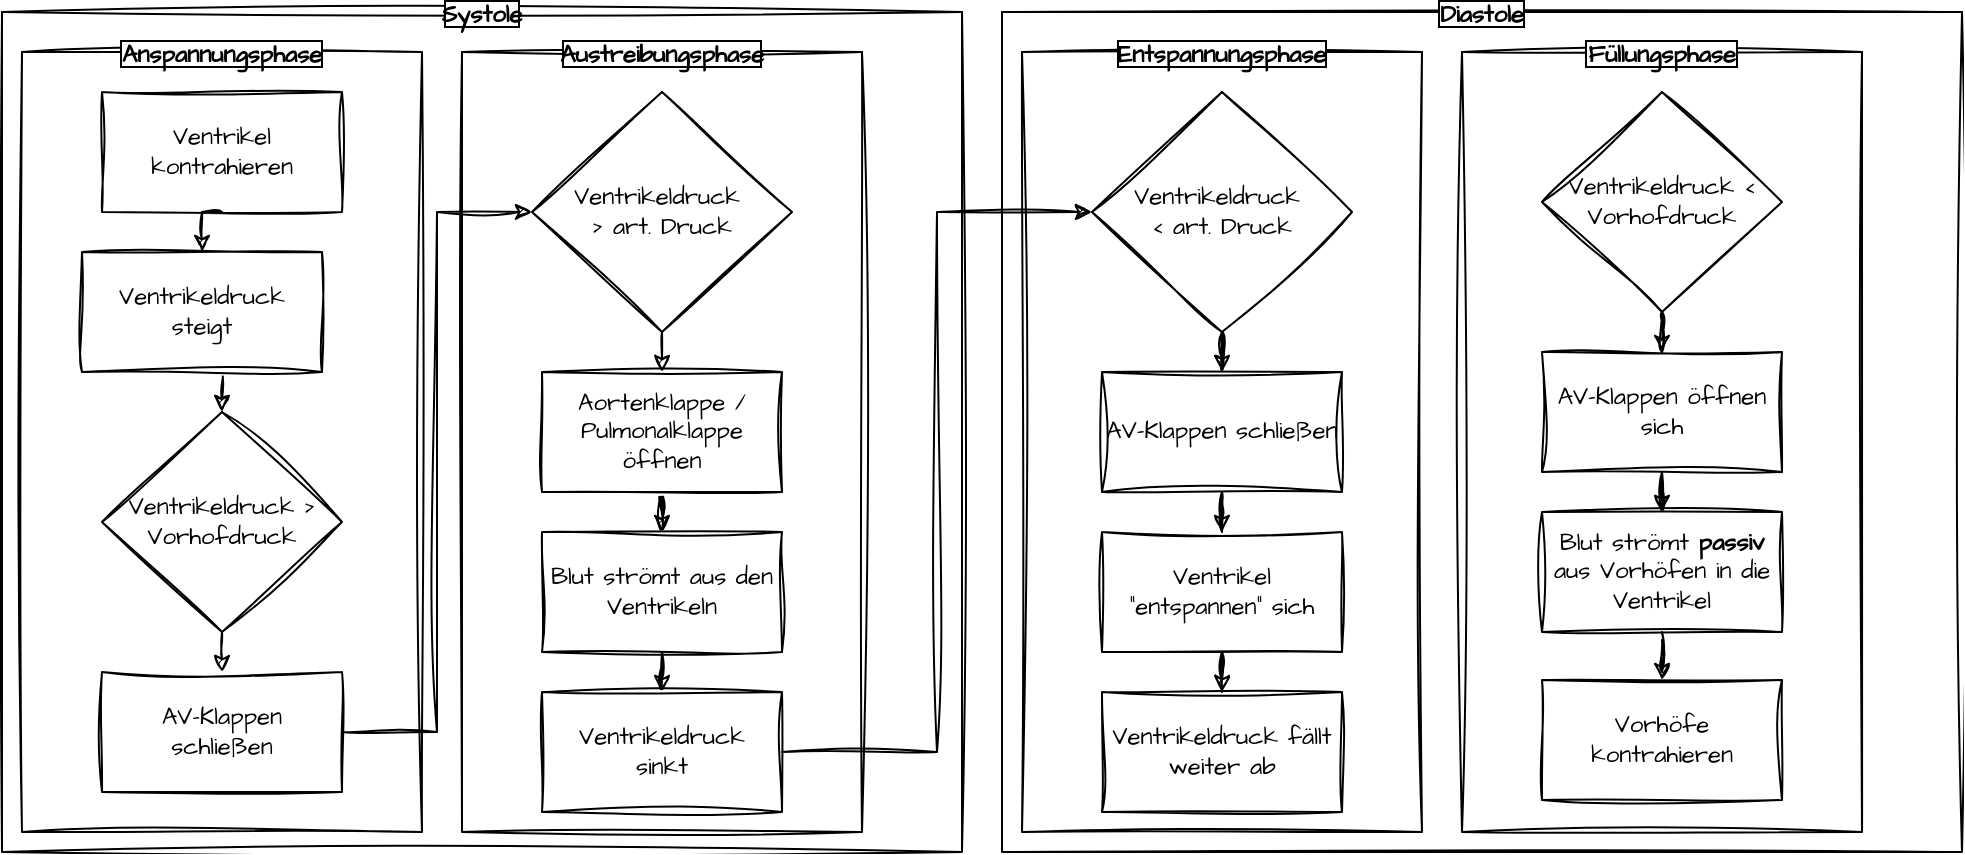
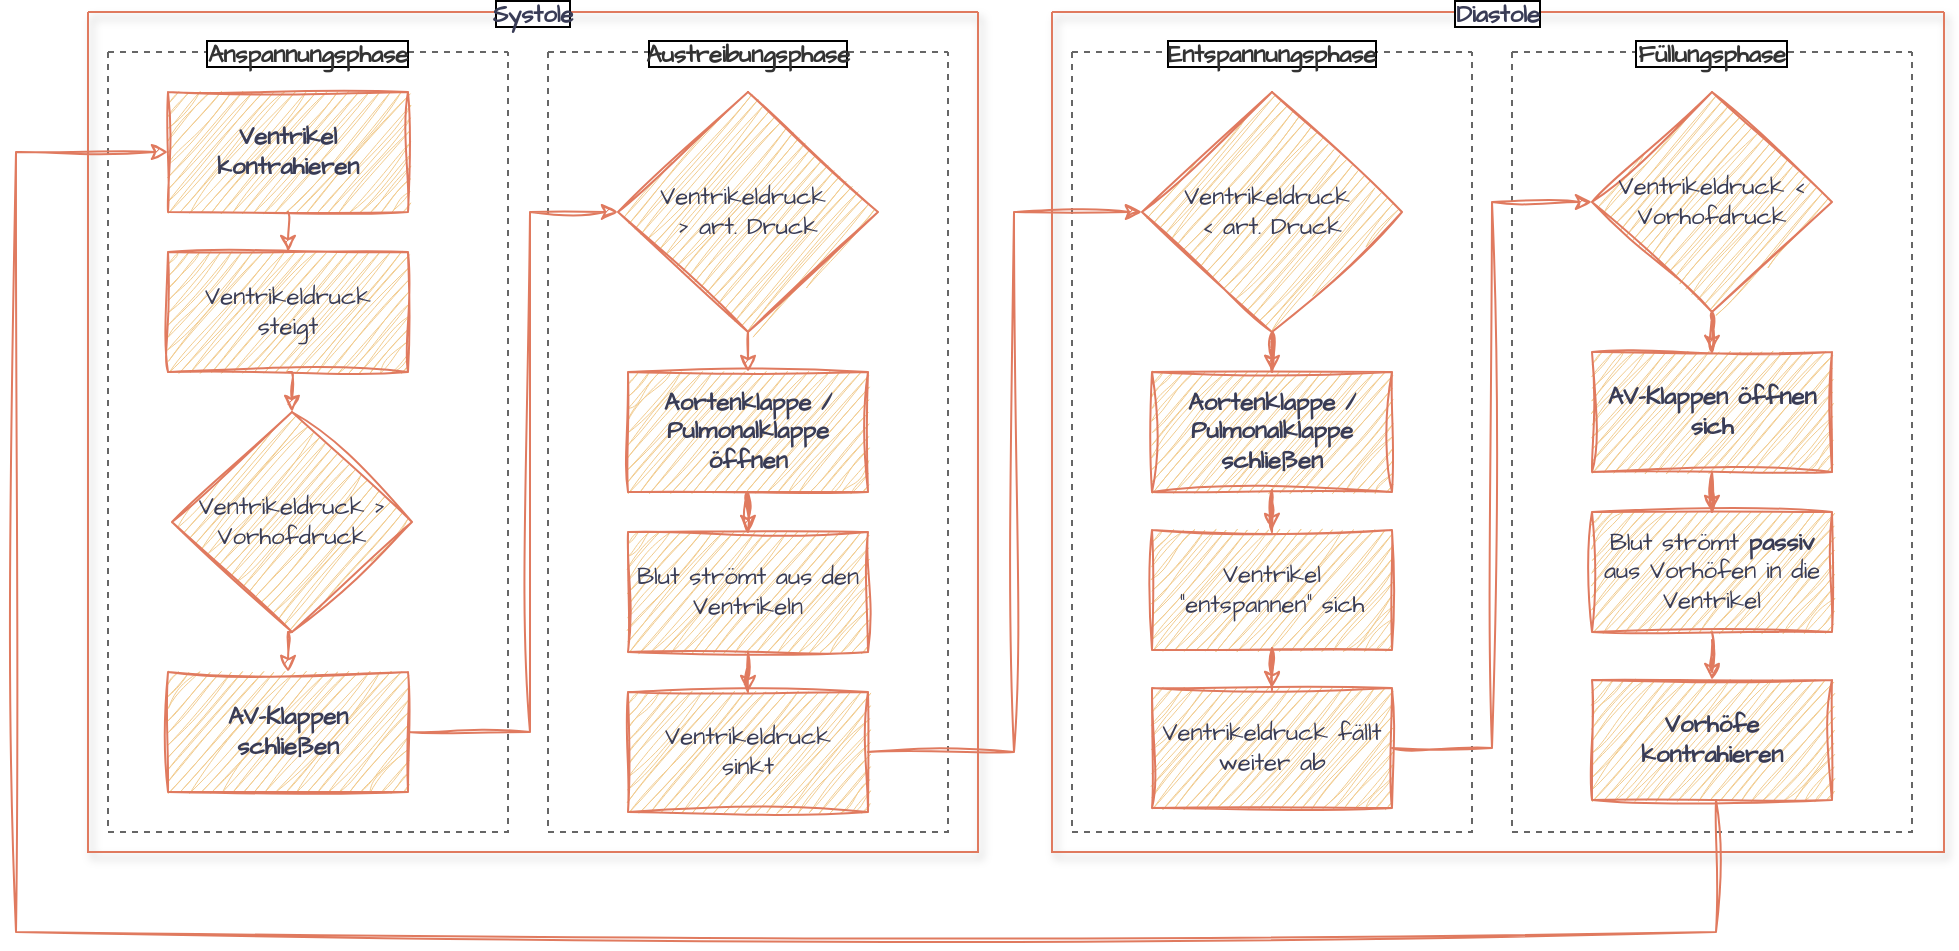
<mxfile host="app.diagrams.net">
  <diagram name="Seite-1" id="RUy1ogdMu1Y2ZzJr0oNc">
-     <mxGraphModel dx="699" dy="434" grid="1" gridSize="10" guides="1" tooltips="1" connect="1" arrows="1" fold="1" page="1" pageScale="1" pageWidth="1169" pageHeight="827" math="0" shadow="0">
+     <mxGraphModel dx="1014" dy="629" grid="0" gridSize="10" guides="1" tooltips="1" connect="1" arrows="1" fold="1" page="1" pageScale="1" pageWidth="1169" pageHeight="827" background="none" math="0" shadow="0">
      <root>
        <mxCell id="0" />
        <mxCell id="1" parent="0" />
-         <mxCell id="Ko_gAtAqzbOHRBZizgYn-1" parent="1" style="swimlane;startSize=0;sketch=1;hachureGap=4;jiggle=2;curveFitting=1;fontFamily=Architects Daughter;fontSource=https%3A%2F%2Ffonts.googleapis.com%2Fcss%3Ffamily%3DArchitects%2BDaughter;labelBackgroundColor=default;labelBorderColor=default;" value="Systole" vertex="1">
-           <mxGeometry height="420" width="480" x="60" y="50" as="geometry" />
+         <mxCell id="Ko_gAtAqzbOHRBZizgYn-1" parent="1" style="swimlane;startSize=0;hachureGap=4;fontFamily=Architects Daughter;fontSource=https%3A%2F%2Ffonts.googleapis.com%2Fcss%3Ffamily%3DArchitects%2BDaughter;labelBackgroundColor=default;labelBorderColor=default;shadow=1;fillColor=#F2CC8F;strokeColor=#E07A5F;fontColor=#393C56;" value="Systole" vertex="1">
+           <mxGeometry height="420" width="445" x="60" y="50" as="geometry" />
        </mxCell>
-         <mxCell id="Ko_gAtAqzbOHRBZizgYn-2" parent="Ko_gAtAqzbOHRBZizgYn-1" style="swimlane;startSize=0;sketch=1;hachureGap=4;jiggle=2;curveFitting=1;fontFamily=Architects Daughter;fontSource=https%3A%2F%2Ffonts.googleapis.com%2Fcss%3Ffamily%3DArchitects%2BDaughter;labelBackgroundColor=default;labelBorderColor=default;" value="Anspannungsphase" vertex="1">
+         <mxCell id="Ko_gAtAqzbOHRBZizgYn-2" parent="Ko_gAtAqzbOHRBZizgYn-1" style="swimlane;startSize=0;hachureGap=4;fontFamily=Architects Daughter;fontSource=https%3A%2F%2Ffonts.googleapis.com%2Fcss%3Ffamily%3DArchitects%2BDaughter;labelBackgroundColor=default;labelBorderColor=default;fillStyle=solid;swimlaneFillColor=none;swimlaneLine=1;dashed=1;container=1;backgroundOutline=0;fillColor=#f5f5f5;fontColor=#333333;strokeColor=#666666;" value="Anspannungsphase" vertex="1">
          <mxGeometry height="390" width="200" x="10" y="20" as="geometry" />
        </mxCell>
-         <mxCell id="Ko_gAtAqzbOHRBZizgYn-4" parent="Ko_gAtAqzbOHRBZizgYn-2" style="whiteSpace=wrap;html=1;sketch=1;hachureGap=4;jiggle=2;curveFitting=1;fontFamily=Architects Daughter;fontSource=https%3A%2F%2Ffonts.googleapis.com%2Fcss%3Ffamily%3DArchitects%2BDaughter;" value="Ventrikel kontrahieren" vertex="1">
-           <mxGeometry height="60" width="120" x="40" y="20" as="geometry" />
+         <mxCell id="Ko_gAtAqzbOHRBZizgYn-4" parent="Ko_gAtAqzbOHRBZizgYn-2" style="whiteSpace=wrap;html=1;sketch=1;hachureGap=4;jiggle=2;curveFitting=1;fontFamily=Architects Daughter;fontSource=https%3A%2F%2Ffonts.googleapis.com%2Fcss%3Ffamily%3DArchitects%2BDaughter;labelBackgroundColor=none;fillColor=#F2CC8F;strokeColor=#E07A5F;fontColor=#393C56;fontStyle=1" value="Ventrikel kontrahieren" vertex="1">
+           <mxGeometry height="60" width="120" x="30" y="20" as="geometry" />
        </mxCell>
-         <mxCell id="Ko_gAtAqzbOHRBZizgYn-7" parent="Ko_gAtAqzbOHRBZizgYn-2" style="whiteSpace=wrap;html=1;sketch=1;hachureGap=4;jiggle=2;curveFitting=1;fontFamily=Architects Daughter;fontSource=https%3A%2F%2Ffonts.googleapis.com%2Fcss%3Ffamily%3DArchitects%2BDaughter;" value="AV-Klappen&lt;br&gt;schließen" vertex="1">
-           <mxGeometry height="60" width="120" x="40" y="310" as="geometry" />
+         <mxCell id="Ko_gAtAqzbOHRBZizgYn-7" parent="Ko_gAtAqzbOHRBZizgYn-2" style="whiteSpace=wrap;html=1;sketch=1;hachureGap=4;jiggle=2;curveFitting=1;fontFamily=Architects Daughter;fontSource=https%3A%2F%2Ffonts.googleapis.com%2Fcss%3Ffamily%3DArchitects%2BDaughter;labelBackgroundColor=none;fillColor=#F2CC8F;strokeColor=#E07A5F;fontColor=#393C56;fontStyle=1" value="AV-Klappen&lt;br&gt;schließen" vertex="1">
+           <mxGeometry height="60" width="120" x="30" y="310" as="geometry" />
        </mxCell>
-         <mxCell id="Ko_gAtAqzbOHRBZizgYn-36" edge="1" parent="Ko_gAtAqzbOHRBZizgYn-2" source="Ko_gAtAqzbOHRBZizgYn-35" style="edgeStyle=orthogonalEdgeStyle;rounded=0;sketch=1;hachureGap=4;jiggle=2;curveFitting=1;orthogonalLoop=1;jettySize=auto;html=1;exitX=0.5;exitY=1;exitDx=0;exitDy=0;entryX=0.5;entryY=0;entryDx=0;entryDy=0;fontFamily=Architects Daughter;fontSource=https%3A%2F%2Ffonts.googleapis.com%2Fcss%3Ffamily%3DArchitects%2BDaughter;" target="Ko_gAtAqzbOHRBZizgYn-7">
+         <mxCell id="Ko_gAtAqzbOHRBZizgYn-36" edge="1" parent="Ko_gAtAqzbOHRBZizgYn-2" source="Ko_gAtAqzbOHRBZizgYn-35" style="edgeStyle=orthogonalEdgeStyle;rounded=0;sketch=1;hachureGap=4;jiggle=2;curveFitting=1;orthogonalLoop=1;jettySize=auto;html=1;exitX=0.5;exitY=1;exitDx=0;exitDy=0;entryX=0.5;entryY=0;entryDx=0;entryDy=0;fontFamily=Architects Daughter;fontSource=https%3A%2F%2Ffonts.googleapis.com%2Fcss%3Ffamily%3DArchitects%2BDaughter;labelBackgroundColor=none;strokeColor=#E07A5F;fontColor=default;" target="Ko_gAtAqzbOHRBZizgYn-7">
          <mxGeometry relative="1" as="geometry" />
        </mxCell>
-         <mxCell id="Ko_gAtAqzbOHRBZizgYn-35" parent="Ko_gAtAqzbOHRBZizgYn-2" style="rhombus;whiteSpace=wrap;html=1;sketch=1;hachureGap=4;jiggle=2;curveFitting=1;fontFamily=Architects Daughter;fontSource=https%3A%2F%2Ffonts.googleapis.com%2Fcss%3Ffamily%3DArchitects%2BDaughter;" value="Ventrikeldruck &amp;gt; Vorhofdruck" vertex="1">
-           <mxGeometry height="110" width="120" x="40" y="180" as="geometry" />
+         <mxCell id="Ko_gAtAqzbOHRBZizgYn-35" parent="Ko_gAtAqzbOHRBZizgYn-2" style="rhombus;whiteSpace=wrap;html=1;sketch=1;hachureGap=4;jiggle=2;curveFitting=1;fontFamily=Architects Daughter;fontSource=https%3A%2F%2Ffonts.googleapis.com%2Fcss%3Ffamily%3DArchitects%2BDaughter;labelBackgroundColor=none;fillColor=#F2CC8F;strokeColor=#E07A5F;fontColor=#393C56;" value="Ventrikeldruck &amp;gt; Vorhofdruck" vertex="1">
+           <mxGeometry height="110" width="120" x="32" y="180" as="geometry" />
        </mxCell>
-         <mxCell id="Ko_gAtAqzbOHRBZizgYn-3" parent="Ko_gAtAqzbOHRBZizgYn-1" style="swimlane;startSize=0;sketch=1;hachureGap=4;jiggle=2;curveFitting=1;fontFamily=Architects Daughter;fontSource=https://fonts.googleapis.com/css?family=Architects+Daughter;labelBackgroundColor=default;labelBorderColor=default;" value="Austreibungsphase" vertex="1">
+         <mxCell id="Ko_gAtAqzbOHRBZizgYn-3" parent="Ko_gAtAqzbOHRBZizgYn-1" style="swimlane;startSize=0;hachureGap=4;fontFamily=Architects Daughter;fontSource=https://fonts.googleapis.com/css?family=Architects+Daughter;labelBackgroundColor=default;labelBorderColor=default;dashed=1;fillColor=#f5f5f5;strokeColor=#666666;fontColor=#333333;" value="Austreibungsphase" vertex="1">
          <mxGeometry height="390" width="200" x="230" y="20" as="geometry" />
        </mxCell>
-         <mxCell id="Ko_gAtAqzbOHRBZizgYn-45" edge="1" parent="Ko_gAtAqzbOHRBZizgYn-3" source="Ko_gAtAqzbOHRBZizgYn-10" style="edgeStyle=orthogonalEdgeStyle;rounded=0;sketch=1;hachureGap=4;jiggle=2;curveFitting=1;orthogonalLoop=1;jettySize=auto;html=1;entryX=0.5;entryY=0;entryDx=0;entryDy=0;fontFamily=Architects Daughter;fontSource=https%3A%2F%2Ffonts.googleapis.com%2Fcss%3Ffamily%3DArchitects%2BDaughter;" target="Ko_gAtAqzbOHRBZizgYn-11">
+         <mxCell id="Ko_gAtAqzbOHRBZizgYn-45" edge="1" parent="Ko_gAtAqzbOHRBZizgYn-3" source="Ko_gAtAqzbOHRBZizgYn-10" style="edgeStyle=orthogonalEdgeStyle;rounded=0;sketch=1;hachureGap=4;jiggle=2;curveFitting=1;orthogonalLoop=1;jettySize=auto;html=1;entryX=0.5;entryY=0;entryDx=0;entryDy=0;fontFamily=Architects Daughter;fontSource=https%3A%2F%2Ffonts.googleapis.com%2Fcss%3Ffamily%3DArchitects%2BDaughter;labelBackgroundColor=none;strokeColor=#E07A5F;fontColor=default;" target="Ko_gAtAqzbOHRBZizgYn-11">
          <mxGeometry relative="1" as="geometry" />
        </mxCell>
-         <mxCell id="Ko_gAtAqzbOHRBZizgYn-10" parent="Ko_gAtAqzbOHRBZizgYn-3" style="whiteSpace=wrap;html=1;sketch=1;hachureGap=4;jiggle=2;curveFitting=1;fontFamily=Architects Daughter;fontSource=https%3A%2F%2Ffonts.googleapis.com%2Fcss%3Ffamily%3DArchitects%2BDaughter;" value="Aortenklappe / Pulmonalklappe öffnen" vertex="1">
+         <mxCell id="Ko_gAtAqzbOHRBZizgYn-10" parent="Ko_gAtAqzbOHRBZizgYn-3" style="whiteSpace=wrap;html=1;sketch=1;hachureGap=4;jiggle=2;curveFitting=1;fontFamily=Architects Daughter;fontSource=https%3A%2F%2Ffonts.googleapis.com%2Fcss%3Ffamily%3DArchitects%2BDaughter;labelBackgroundColor=none;fillColor=#F2CC8F;strokeColor=#E07A5F;fontColor=#393C56;fontStyle=1" value="Aortenklappe / Pulmonalklappe öffnen" vertex="1">
          <mxGeometry height="60" width="120" x="40" y="160" as="geometry" />
        </mxCell>
-         <mxCell id="Ko_gAtAqzbOHRBZizgYn-46" edge="1" parent="Ko_gAtAqzbOHRBZizgYn-3" source="Ko_gAtAqzbOHRBZizgYn-11" style="edgeStyle=orthogonalEdgeStyle;rounded=0;sketch=1;hachureGap=4;jiggle=2;curveFitting=1;orthogonalLoop=1;jettySize=auto;html=1;entryX=0.5;entryY=0;entryDx=0;entryDy=0;fontFamily=Architects Daughter;fontSource=https%3A%2F%2Ffonts.googleapis.com%2Fcss%3Ffamily%3DArchitects%2BDaughter;" target="Ko_gAtAqzbOHRBZizgYn-12">
+         <mxCell id="Ko_gAtAqzbOHRBZizgYn-46" edge="1" parent="Ko_gAtAqzbOHRBZizgYn-3" source="Ko_gAtAqzbOHRBZizgYn-11" style="edgeStyle=orthogonalEdgeStyle;rounded=0;sketch=1;hachureGap=4;jiggle=2;curveFitting=1;orthogonalLoop=1;jettySize=auto;html=1;entryX=0.5;entryY=0;entryDx=0;entryDy=0;fontFamily=Architects Daughter;fontSource=https%3A%2F%2Ffonts.googleapis.com%2Fcss%3Ffamily%3DArchitects%2BDaughter;labelBackgroundColor=none;strokeColor=#E07A5F;fontColor=default;" target="Ko_gAtAqzbOHRBZizgYn-12">
          <mxGeometry relative="1" as="geometry" />
        </mxCell>
-         <mxCell id="Ko_gAtAqzbOHRBZizgYn-11" parent="Ko_gAtAqzbOHRBZizgYn-3" style="whiteSpace=wrap;html=1;sketch=1;hachureGap=4;jiggle=2;curveFitting=1;fontFamily=Architects Daughter;fontSource=https%3A%2F%2Ffonts.googleapis.com%2Fcss%3Ffamily%3DArchitects%2BDaughter;" value="Blut strömt aus den Ventrikeln" vertex="1">
+         <mxCell id="Ko_gAtAqzbOHRBZizgYn-11" parent="Ko_gAtAqzbOHRBZizgYn-3" style="whiteSpace=wrap;html=1;sketch=1;hachureGap=4;jiggle=2;curveFitting=1;fontFamily=Architects Daughter;fontSource=https%3A%2F%2Ffonts.googleapis.com%2Fcss%3Ffamily%3DArchitects%2BDaughter;labelBackgroundColor=none;fillColor=#F2CC8F;strokeColor=#E07A5F;fontColor=#393C56;" value="Blut strömt aus den Ventrikeln" vertex="1">
          <mxGeometry height="60" width="120" x="40" y="240" as="geometry" />
        </mxCell>
-         <mxCell id="Ko_gAtAqzbOHRBZizgYn-12" parent="Ko_gAtAqzbOHRBZizgYn-3" style="whiteSpace=wrap;html=1;sketch=1;hachureGap=4;jiggle=2;curveFitting=1;fontFamily=Architects Daughter;fontSource=https%3A%2F%2Ffonts.googleapis.com%2Fcss%3Ffamily%3DArchitects%2BDaughter;" value="Ventrikeldruck&lt;br&gt;sinkt" vertex="1">
+         <mxCell id="Ko_gAtAqzbOHRBZizgYn-12" parent="Ko_gAtAqzbOHRBZizgYn-3" style="whiteSpace=wrap;html=1;sketch=1;hachureGap=4;jiggle=2;curveFitting=1;fontFamily=Architects Daughter;fontSource=https%3A%2F%2Ffonts.googleapis.com%2Fcss%3Ffamily%3DArchitects%2BDaughter;labelBackgroundColor=none;fillColor=#F2CC8F;strokeColor=#E07A5F;fontColor=#393C56;" value="Ventrikeldruck&lt;br&gt;sinkt" vertex="1">
          <mxGeometry height="60" width="120" x="40" y="320" as="geometry" />
        </mxCell>
-         <mxCell id="Ko_gAtAqzbOHRBZizgYn-44" edge="1" parent="Ko_gAtAqzbOHRBZizgYn-3" source="Ko_gAtAqzbOHRBZizgYn-41" style="edgeStyle=orthogonalEdgeStyle;rounded=0;sketch=1;hachureGap=4;jiggle=2;curveFitting=1;orthogonalLoop=1;jettySize=auto;html=1;exitX=0.5;exitY=1;exitDx=0;exitDy=0;entryX=0.5;entryY=0;entryDx=0;entryDy=0;fontFamily=Architects Daughter;fontSource=https%3A%2F%2Ffonts.googleapis.com%2Fcss%3Ffamily%3DArchitects%2BDaughter;" target="Ko_gAtAqzbOHRBZizgYn-10">
+         <mxCell id="Ko_gAtAqzbOHRBZizgYn-44" edge="1" parent="Ko_gAtAqzbOHRBZizgYn-3" source="Ko_gAtAqzbOHRBZizgYn-41" style="edgeStyle=orthogonalEdgeStyle;rounded=0;sketch=1;hachureGap=4;jiggle=2;curveFitting=1;orthogonalLoop=1;jettySize=auto;html=1;exitX=0.5;exitY=1;exitDx=0;exitDy=0;entryX=0.5;entryY=0;entryDx=0;entryDy=0;fontFamily=Architects Daughter;fontSource=https%3A%2F%2Ffonts.googleapis.com%2Fcss%3Ffamily%3DArchitects%2BDaughter;labelBackgroundColor=none;strokeColor=#E07A5F;fontColor=default;" target="Ko_gAtAqzbOHRBZizgYn-10">
          <mxGeometry relative="1" as="geometry" />
        </mxCell>
-         <mxCell id="Ko_gAtAqzbOHRBZizgYn-41" parent="Ko_gAtAqzbOHRBZizgYn-3" style="rhombus;whiteSpace=wrap;html=1;sketch=1;hachureGap=4;jiggle=2;curveFitting=1;fontFamily=Architects Daughter;fontSource=https%3A%2F%2Ffonts.googleapis.com%2Fcss%3Ffamily%3DArchitects%2BDaughter;" value="Ventrikeldruck&amp;nbsp;&lt;br&gt;&amp;gt; art. Druck" vertex="1">
+         <mxCell id="Ko_gAtAqzbOHRBZizgYn-41" parent="Ko_gAtAqzbOHRBZizgYn-3" style="rhombus;whiteSpace=wrap;html=1;sketch=1;hachureGap=4;jiggle=2;curveFitting=1;fontFamily=Architects Daughter;fontSource=https%3A%2F%2Ffonts.googleapis.com%2Fcss%3Ffamily%3DArchitects%2BDaughter;labelBackgroundColor=none;fillColor=#F2CC8F;strokeColor=#E07A5F;fontColor=#393C56;" value="Ventrikeldruck&amp;nbsp;&lt;br&gt;&amp;gt; art. Druck" vertex="1">
          <mxGeometry height="120" width="130" x="35" y="20" as="geometry" />
        </mxCell>
-         <mxCell id="Ko_gAtAqzbOHRBZizgYn-43" edge="1" parent="Ko_gAtAqzbOHRBZizgYn-1" source="Ko_gAtAqzbOHRBZizgYn-7" style="edgeStyle=orthogonalEdgeStyle;rounded=0;sketch=1;hachureGap=4;jiggle=2;curveFitting=1;orthogonalLoop=1;jettySize=auto;html=1;entryX=0;entryY=0.5;entryDx=0;entryDy=0;fontFamily=Architects Daughter;fontSource=https%3A%2F%2Ffonts.googleapis.com%2Fcss%3Ffamily%3DArchitects%2BDaughter;" target="Ko_gAtAqzbOHRBZizgYn-41">
+         <mxCell id="Ko_gAtAqzbOHRBZizgYn-43" edge="1" parent="Ko_gAtAqzbOHRBZizgYn-1" source="Ko_gAtAqzbOHRBZizgYn-7" style="edgeStyle=orthogonalEdgeStyle;rounded=0;sketch=1;hachureGap=4;jiggle=2;curveFitting=1;orthogonalLoop=1;jettySize=auto;html=1;entryX=0;entryY=0.5;entryDx=0;entryDy=0;fontFamily=Architects Daughter;fontSource=https%3A%2F%2Ffonts.googleapis.com%2Fcss%3Ffamily%3DArchitects%2BDaughter;labelBackgroundColor=none;strokeColor=#E07A5F;fontColor=default;" target="Ko_gAtAqzbOHRBZizgYn-41">
+           <mxGeometry relative="1" as="geometry">
+             <Array as="points">
+               <mxPoint x="221" y="360" />
+               <mxPoint x="221" y="100" />
+             </Array>
+           </mxGeometry>
+         </mxCell>
+         <mxCell id="Ko_gAtAqzbOHRBZizgYn-37" edge="1" parent="1" source="Ko_gAtAqzbOHRBZizgYn-5" style="edgeStyle=orthogonalEdgeStyle;rounded=0;sketch=1;hachureGap=4;jiggle=2;curveFitting=1;orthogonalLoop=1;jettySize=auto;html=1;exitX=0.5;exitY=1;exitDx=0;exitDy=0;entryX=0.5;entryY=0;entryDx=0;entryDy=0;fontFamily=Architects Daughter;fontSource=https%3A%2F%2Ffonts.googleapis.com%2Fcss%3Ffamily%3DArchitects%2BDaughter;labelBackgroundColor=none;strokeColor=#E07A5F;fontColor=default;" target="Ko_gAtAqzbOHRBZizgYn-35">
          <mxGeometry relative="1" as="geometry" />
        </mxCell>
-         <mxCell id="Ko_gAtAqzbOHRBZizgYn-37" edge="1" parent="1" source="Ko_gAtAqzbOHRBZizgYn-5" style="edgeStyle=orthogonalEdgeStyle;rounded=0;sketch=1;hachureGap=4;jiggle=2;curveFitting=1;orthogonalLoop=1;jettySize=auto;html=1;exitX=0.5;exitY=1;exitDx=0;exitDy=0;entryX=0.5;entryY=0;entryDx=0;entryDy=0;fontFamily=Architects Daughter;fontSource=https%3A%2F%2Ffonts.googleapis.com%2Fcss%3Ffamily%3DArchitects%2BDaughter;" target="Ko_gAtAqzbOHRBZizgYn-35">
+         <mxCell id="Ko_gAtAqzbOHRBZizgYn-5" parent="1" style="whiteSpace=wrap;html=1;sketch=1;hachureGap=4;jiggle=2;curveFitting=1;fontFamily=Architects Daughter;fontSource=https%3A%2F%2Ffonts.googleapis.com%2Fcss%3Ffamily%3DArchitects%2BDaughter;labelBackgroundColor=none;fillColor=#F2CC8F;strokeColor=#E07A5F;fontColor=#393C56;" value="Ventrikeldruck&lt;br&gt;steigt" vertex="1">
+           <mxGeometry height="60" width="120" x="100" y="170" as="geometry" />
+         </mxCell>
+         <mxCell id="Ko_gAtAqzbOHRBZizgYn-24" parent="1" style="swimlane;startSize=0;hachureGap=4;fontFamily=Architects Daughter;fontSource=https://fonts.googleapis.com/css?family=Architects+Daughter;labelBackgroundColor=default;labelBorderColor=default;shadow=1;fillColor=#F2CC8F;strokeColor=#E07A5F;fontColor=#393C56;" value="Diastole" vertex="1">
+           <mxGeometry height="420" width="446" x="542" y="50" as="geometry" />
+         </mxCell>
+         <mxCell id="Ko_gAtAqzbOHRBZizgYn-25" parent="Ko_gAtAqzbOHRBZizgYn-24" style="swimlane;startSize=0;hachureGap=4;fontFamily=Architects Daughter;fontSource=https://fonts.googleapis.com/css?family=Architects+Daughter;labelBackgroundColor=default;labelBorderColor=default;dashed=1;fillColor=#f5f5f5;strokeColor=#666666;fontColor=#333333;" value="Entspannungsphase" vertex="1">
+           <mxGeometry height="390" width="200" x="10" y="20" as="geometry" />
+         </mxCell>
+         <mxCell id="Ko_gAtAqzbOHRBZizgYn-28" parent="Ko_gAtAqzbOHRBZizgYn-25" style="whiteSpace=wrap;html=1;sketch=1;hachureGap=4;jiggle=2;curveFitting=1;fontFamily=Architects Daughter;fontSource=https://fonts.googleapis.com/css?family=Architects+Daughter;labelBackgroundColor=none;fillColor=#F2CC8F;strokeColor=#E07A5F;fontColor=#393C56;" value="Ventrikeldruck fällt weiter ab" vertex="1">
+           <mxGeometry height="60" width="120" x="40" y="318" as="geometry" />
+         </mxCell>
+         <mxCell id="Ko_gAtAqzbOHRBZizgYn-49" edge="1" parent="Ko_gAtAqzbOHRBZizgYn-25" source="Ko_gAtAqzbOHRBZizgYn-47" style="edgeStyle=orthogonalEdgeStyle;rounded=0;sketch=1;hachureGap=4;jiggle=2;curveFitting=1;orthogonalLoop=1;jettySize=auto;html=1;fontFamily=Architects Daughter;fontSource=https%3A%2F%2Ffonts.googleapis.com%2Fcss%3Ffamily%3DArchitects%2BDaughter;labelBackgroundColor=none;strokeColor=#E07A5F;fontColor=default;" target="Ko_gAtAqzbOHRBZizgYn-34">
          <mxGeometry relative="1" as="geometry" />
        </mxCell>
-         <mxCell id="Ko_gAtAqzbOHRBZizgYn-5" parent="1" style="whiteSpace=wrap;html=1;sketch=1;hachureGap=4;jiggle=2;curveFitting=1;fontFamily=Architects Daughter;fontSource=https%3A%2F%2Ffonts.googleapis.com%2Fcss%3Ffamily%3DArchitects%2BDaughter;" value="Ventrikeldruck&lt;br&gt;steigt" vertex="1">
-           <mxGeometry height="60" width="120" x="100" y="170" as="geometry" />
+         <mxCell id="Ko_gAtAqzbOHRBZizgYn-47" parent="Ko_gAtAqzbOHRBZizgYn-25" style="rhombus;whiteSpace=wrap;html=1;sketch=1;hachureGap=4;jiggle=2;curveFitting=1;fontFamily=Architects Daughter;fontSource=https://fonts.googleapis.com/css?family=Architects+Daughter;labelBackgroundColor=none;fillColor=#F2CC8F;strokeColor=#E07A5F;fontColor=#393C56;" value="Ventrikeldruck&amp;nbsp;&lt;br&gt;&amp;lt; art. Druck" vertex="1">
+           <mxGeometry height="120" width="130" x="35" y="20" as="geometry" />
        </mxCell>
-         <mxCell id="Ko_gAtAqzbOHRBZizgYn-24" parent="1" style="swimlane;startSize=0;sketch=1;hachureGap=4;jiggle=2;curveFitting=1;fontFamily=Architects Daughter;fontSource=https://fonts.googleapis.com/css?family=Architects+Daughter;labelBackgroundColor=default;labelBorderColor=default;" value="Diastole" vertex="1">
-           <mxGeometry height="420" width="480" x="560" y="50" as="geometry" />
+         <mxCell id="Ko_gAtAqzbOHRBZizgYn-34" parent="Ko_gAtAqzbOHRBZizgYn-25" style="whiteSpace=wrap;html=1;sketch=1;hachureGap=4;jiggle=2;curveFitting=1;fontFamily=Architects Daughter;fontSource=https://fonts.googleapis.com/css?family=Architects+Daughter;labelBackgroundColor=none;fillColor=#F2CC8F;strokeColor=#E07A5F;fontColor=#393C56;fontStyle=1" value="Aortenklappe /&lt;br&gt;Pulmonalklappe&lt;br&gt;schließen" vertex="1">
+           <mxGeometry height="60" width="120" x="40" y="160" as="geometry" />
        </mxCell>
-         <mxCell id="Ko_gAtAqzbOHRBZizgYn-25" parent="Ko_gAtAqzbOHRBZizgYn-24" style="swimlane;startSize=0;sketch=1;hachureGap=4;jiggle=2;curveFitting=1;fontFamily=Architects Daughter;fontSource=https://fonts.googleapis.com/css?family=Architects+Daughter;labelBackgroundColor=default;labelBorderColor=default;" value="Entspannungsphase" vertex="1">
-           <mxGeometry height="390" width="200" x="10" y="20" as="geometry" />
+         <mxCell id="Ko_gAtAqzbOHRBZizgYn-52" parent="Ko_gAtAqzbOHRBZizgYn-25" style="whiteSpace=wrap;html=1;sketch=1;hachureGap=4;jiggle=2;curveFitting=1;fontFamily=Architects Daughter;fontSource=https%3A%2F%2Ffonts.googleapis.com%2Fcss%3Ffamily%3DArchitects%2BDaughter;labelBackgroundColor=none;fillColor=#F2CC8F;strokeColor=#E07A5F;fontColor=#393C56;" value="Ventrikel &quot;entspannen&quot; sich" vertex="1">
+           <mxGeometry height="60" width="120" x="40" y="239" as="geometry" />
        </mxCell>
-         <mxCell id="Ko_gAtAqzbOHRBZizgYn-28" parent="Ko_gAtAqzbOHRBZizgYn-25" style="whiteSpace=wrap;html=1;sketch=1;hachureGap=4;jiggle=2;curveFitting=1;fontFamily=Architects Daughter;fontSource=https://fonts.googleapis.com/css?family=Architects+Daughter;" value="Ventrikeldruck fällt weiter ab" vertex="1">
-           <mxGeometry height="60" width="120" x="40" y="320" as="geometry" />
-         </mxCell>
-         <mxCell id="Ko_gAtAqzbOHRBZizgYn-49" edge="1" parent="Ko_gAtAqzbOHRBZizgYn-25" source="Ko_gAtAqzbOHRBZizgYn-47" style="edgeStyle=orthogonalEdgeStyle;rounded=0;sketch=1;hachureGap=4;jiggle=2;curveFitting=1;orthogonalLoop=1;jettySize=auto;html=1;fontFamily=Architects Daughter;fontSource=https%3A%2F%2Ffonts.googleapis.com%2Fcss%3Ffamily%3DArchitects%2BDaughter;" target="Ko_gAtAqzbOHRBZizgYn-34">
+         <mxCell id="Ko_gAtAqzbOHRBZizgYn-53" edge="1" parent="Ko_gAtAqzbOHRBZizgYn-25" source="Ko_gAtAqzbOHRBZizgYn-34" style="edgeStyle=orthogonalEdgeStyle;rounded=0;sketch=1;hachureGap=4;jiggle=2;curveFitting=1;orthogonalLoop=1;jettySize=auto;html=1;fontFamily=Architects Daughter;fontSource=https%3A%2F%2Ffonts.googleapis.com%2Fcss%3Ffamily%3DArchitects%2BDaughter;labelBackgroundColor=none;strokeColor=#E07A5F;fontColor=default;" target="Ko_gAtAqzbOHRBZizgYn-52">
          <mxGeometry relative="1" as="geometry" />
        </mxCell>
-         <mxCell id="Ko_gAtAqzbOHRBZizgYn-47" parent="Ko_gAtAqzbOHRBZizgYn-25" style="rhombus;whiteSpace=wrap;html=1;sketch=1;hachureGap=4;jiggle=2;curveFitting=1;fontFamily=Architects Daughter;fontSource=https://fonts.googleapis.com/css?family=Architects+Daughter;" value="Ventrikeldruck&amp;nbsp;&lt;br&gt;&amp;lt; art. Druck" vertex="1">
-           <mxGeometry height="120" width="130" x="35" y="20" as="geometry" />
+         <mxCell id="Ko_gAtAqzbOHRBZizgYn-54" edge="1" parent="Ko_gAtAqzbOHRBZizgYn-25" source="Ko_gAtAqzbOHRBZizgYn-52" style="edgeStyle=orthogonalEdgeStyle;rounded=0;sketch=1;hachureGap=4;jiggle=2;curveFitting=1;orthogonalLoop=1;jettySize=auto;html=1;fontFamily=Architects Daughter;fontSource=https%3A%2F%2Ffonts.googleapis.com%2Fcss%3Ffamily%3DArchitects%2BDaughter;labelBackgroundColor=none;strokeColor=#E07A5F;fontColor=default;" target="Ko_gAtAqzbOHRBZizgYn-28">
+           <mxGeometry relative="1" as="geometry" />
        </mxCell>
-         <mxCell id="Ko_gAtAqzbOHRBZizgYn-34" parent="Ko_gAtAqzbOHRBZizgYn-25" style="whiteSpace=wrap;html=1;sketch=1;hachureGap=4;jiggle=2;curveFitting=1;fontFamily=Architects Daughter;fontSource=https://fonts.googleapis.com/css?family=Architects+Daughter;" value="AV-Klappen schließen" vertex="1">
-           <mxGeometry height="60" width="120" x="40" y="160" as="geometry" />
-         </mxCell>
-         <mxCell id="Ko_gAtAqzbOHRBZizgYn-29" parent="Ko_gAtAqzbOHRBZizgYn-24" style="swimlane;startSize=0;sketch=1;hachureGap=4;jiggle=2;curveFitting=1;fontFamily=Architects Daughter;fontSource=https://fonts.googleapis.com/css?family=Architects+Daughter;labelBackgroundColor=default;labelBorderColor=default;" value="Füllungsphase" vertex="1">
+         <mxCell id="Ko_gAtAqzbOHRBZizgYn-29" parent="Ko_gAtAqzbOHRBZizgYn-24" style="swimlane;startSize=0;hachureGap=4;fontFamily=Architects Daughter;fontSource=https://fonts.googleapis.com/css?family=Architects+Daughter;labelBackgroundColor=default;labelBorderColor=default;dashed=1;fillColor=#f5f5f5;strokeColor=#666666;fontColor=#333333;" value="Füllungsphase" vertex="1">
          <mxGeometry height="390" width="200" x="230" y="20" as="geometry" />
        </mxCell>
-         <mxCell id="Ko_gAtAqzbOHRBZizgYn-58" edge="1" parent="Ko_gAtAqzbOHRBZizgYn-29" source="Ko_gAtAqzbOHRBZizgYn-31" style="edgeStyle=orthogonalEdgeStyle;rounded=0;sketch=1;hachureGap=4;jiggle=2;curveFitting=1;orthogonalLoop=1;jettySize=auto;html=1;fontFamily=Architects Daughter;fontSource=https%3A%2F%2Ffonts.googleapis.com%2Fcss%3Ffamily%3DArchitects%2BDaughter;" target="Ko_gAtAqzbOHRBZizgYn-33">
+         <mxCell id="Ko_gAtAqzbOHRBZizgYn-58" edge="1" parent="Ko_gAtAqzbOHRBZizgYn-29" source="Ko_gAtAqzbOHRBZizgYn-31" style="edgeStyle=orthogonalEdgeStyle;rounded=0;sketch=1;hachureGap=4;jiggle=2;curveFitting=1;orthogonalLoop=1;jettySize=auto;html=1;fontFamily=Architects Daughter;fontSource=https%3A%2F%2Ffonts.googleapis.com%2Fcss%3Ffamily%3DArchitects%2BDaughter;labelBackgroundColor=none;strokeColor=#E07A5F;fontColor=default;" target="Ko_gAtAqzbOHRBZizgYn-33">
          <mxGeometry relative="1" as="geometry" />
        </mxCell>
-         <mxCell id="Ko_gAtAqzbOHRBZizgYn-31" parent="Ko_gAtAqzbOHRBZizgYn-29" style="whiteSpace=wrap;html=1;sketch=1;hachureGap=4;jiggle=2;curveFitting=1;fontFamily=Architects Daughter;fontSource=https://fonts.googleapis.com/css?family=Architects+Daughter;" value="AV-Klappen öffnen sich" vertex="1">
+         <mxCell id="Ko_gAtAqzbOHRBZizgYn-31" parent="Ko_gAtAqzbOHRBZizgYn-29" style="whiteSpace=wrap;html=1;sketch=1;hachureGap=4;jiggle=2;curveFitting=1;fontFamily=Architects Daughter;fontSource=https://fonts.googleapis.com/css?family=Architects+Daughter;labelBackgroundColor=none;fillColor=#F2CC8F;strokeColor=#E07A5F;fontColor=#393C56;fontStyle=1" value="AV-Klappen öffnen sich" vertex="1">
          <mxGeometry height="60" width="120" x="40" y="150" as="geometry" />
        </mxCell>
-         <mxCell id="Ko_gAtAqzbOHRBZizgYn-57" edge="1" parent="Ko_gAtAqzbOHRBZizgYn-29" source="Ko_gAtAqzbOHRBZizgYn-33" style="edgeStyle=orthogonalEdgeStyle;rounded=0;sketch=1;hachureGap=4;jiggle=2;curveFitting=1;orthogonalLoop=1;jettySize=auto;html=1;fontFamily=Architects Daughter;fontSource=https%3A%2F%2Ffonts.googleapis.com%2Fcss%3Ffamily%3DArchitects%2BDaughter;" target="Ko_gAtAqzbOHRBZizgYn-56">
+         <mxCell id="Ko_gAtAqzbOHRBZizgYn-57" edge="1" parent="Ko_gAtAqzbOHRBZizgYn-29" source="Ko_gAtAqzbOHRBZizgYn-33" style="edgeStyle=orthogonalEdgeStyle;rounded=0;sketch=1;hachureGap=4;jiggle=2;curveFitting=1;orthogonalLoop=1;jettySize=auto;html=1;fontFamily=Architects Daughter;fontSource=https%3A%2F%2Ffonts.googleapis.com%2Fcss%3Ffamily%3DArchitects%2BDaughter;labelBackgroundColor=none;strokeColor=#E07A5F;fontColor=default;" target="Ko_gAtAqzbOHRBZizgYn-56">
          <mxGeometry relative="1" as="geometry" />
        </mxCell>
-         <mxCell id="Ko_gAtAqzbOHRBZizgYn-33" parent="Ko_gAtAqzbOHRBZizgYn-29" style="whiteSpace=wrap;html=1;sketch=1;hachureGap=4;jiggle=2;curveFitting=1;fontFamily=Architects Daughter;fontSource=https://fonts.googleapis.com/css?family=Architects+Daughter;" value="Blut strömt &lt;b&gt;passiv&lt;/b&gt; aus Vorhöfen in die Ventrikel" vertex="1">
+         <mxCell id="Ko_gAtAqzbOHRBZizgYn-33" parent="Ko_gAtAqzbOHRBZizgYn-29" style="whiteSpace=wrap;html=1;sketch=1;hachureGap=4;jiggle=2;curveFitting=1;fontFamily=Architects Daughter;fontSource=https://fonts.googleapis.com/css?family=Architects+Daughter;labelBackgroundColor=none;fillColor=#F2CC8F;strokeColor=#E07A5F;fontColor=#393C56;" value="Blut strömt &lt;b&gt;passiv&lt;/b&gt; aus Vorhöfen in die Ventrikel" vertex="1">
          <mxGeometry height="60" width="120" x="40" y="230" as="geometry" />
        </mxCell>
-         <mxCell id="Ko_gAtAqzbOHRBZizgYn-55" edge="1" parent="Ko_gAtAqzbOHRBZizgYn-29" source="Ko_gAtAqzbOHRBZizgYn-51" style="edgeStyle=orthogonalEdgeStyle;rounded=0;sketch=1;hachureGap=4;jiggle=2;curveFitting=1;orthogonalLoop=1;jettySize=auto;html=1;fontFamily=Architects Daughter;fontSource=https%3A%2F%2Ffonts.googleapis.com%2Fcss%3Ffamily%3DArchitects%2BDaughter;" target="Ko_gAtAqzbOHRBZizgYn-31">
+         <mxCell id="Ko_gAtAqzbOHRBZizgYn-55" edge="1" parent="Ko_gAtAqzbOHRBZizgYn-29" source="Ko_gAtAqzbOHRBZizgYn-51" style="edgeStyle=orthogonalEdgeStyle;rounded=0;sketch=1;hachureGap=4;jiggle=2;curveFitting=1;orthogonalLoop=1;jettySize=auto;html=1;fontFamily=Architects Daughter;fontSource=https%3A%2F%2Ffonts.googleapis.com%2Fcss%3Ffamily%3DArchitects%2BDaughter;labelBackgroundColor=none;strokeColor=#E07A5F;fontColor=default;" target="Ko_gAtAqzbOHRBZizgYn-31">
          <mxGeometry relative="1" as="geometry" />
        </mxCell>
-         <mxCell id="Ko_gAtAqzbOHRBZizgYn-51" parent="Ko_gAtAqzbOHRBZizgYn-29" style="rhombus;whiteSpace=wrap;html=1;sketch=1;hachureGap=4;jiggle=2;curveFitting=1;fontFamily=Architects Daughter;fontSource=https://fonts.googleapis.com/css?family=Architects+Daughter;" value="Ventrikeldruck &amp;lt;&lt;br&gt;Vorhofdruck" vertex="1">
+         <mxCell id="Ko_gAtAqzbOHRBZizgYn-51" parent="Ko_gAtAqzbOHRBZizgYn-29" style="rhombus;whiteSpace=wrap;html=1;sketch=1;hachureGap=4;jiggle=2;curveFitting=1;fontFamily=Architects Daughter;fontSource=https://fonts.googleapis.com/css?family=Architects+Daughter;labelBackgroundColor=none;fillColor=#F2CC8F;strokeColor=#E07A5F;fontColor=#393C56;" value="Ventrikeldruck &amp;lt;&lt;br&gt;Vorhofdruck" vertex="1">
          <mxGeometry height="110" width="120" x="40" y="20" as="geometry" />
        </mxCell>
-         <mxCell id="Ko_gAtAqzbOHRBZizgYn-56" parent="Ko_gAtAqzbOHRBZizgYn-29" style="whiteSpace=wrap;html=1;sketch=1;hachureGap=4;jiggle=2;curveFitting=1;fontFamily=Architects Daughter;fontSource=https%3A%2F%2Ffonts.googleapis.com%2Fcss%3Ffamily%3DArchitects%2BDaughter;" value="Vorhöfe kontrahieren" vertex="1">
+         <mxCell id="Ko_gAtAqzbOHRBZizgYn-56" parent="Ko_gAtAqzbOHRBZizgYn-29" style="whiteSpace=wrap;html=1;sketch=1;hachureGap=4;jiggle=2;curveFitting=1;fontFamily=Architects Daughter;fontSource=https%3A%2F%2Ffonts.googleapis.com%2Fcss%3Ffamily%3DArchitects%2BDaughter;labelBackgroundColor=none;fillColor=#F2CC8F;strokeColor=#E07A5F;fontColor=#393C56;fontStyle=1" value="Vorhöfe kontrahieren" vertex="1">
          <mxGeometry height="60" width="120" x="40" y="314" as="geometry" />
        </mxCell>
-         <mxCell id="Ko_gAtAqzbOHRBZizgYn-39" edge="1" parent="1" source="Ko_gAtAqzbOHRBZizgYn-4" style="edgeStyle=orthogonalEdgeStyle;rounded=0;sketch=1;hachureGap=4;jiggle=2;curveFitting=1;orthogonalLoop=1;jettySize=auto;html=1;exitX=0.5;exitY=1;exitDx=0;exitDy=0;entryX=0.5;entryY=0;entryDx=0;entryDy=0;fontFamily=Architects Daughter;fontSource=https%3A%2F%2Ffonts.googleapis.com%2Fcss%3Ffamily%3DArchitects%2BDaughter;" target="Ko_gAtAqzbOHRBZizgYn-5">
+         <mxCell id="Ko_gAtAqzbOHRBZizgYn-60" edge="1" parent="Ko_gAtAqzbOHRBZizgYn-29" style="edgeStyle=orthogonalEdgeStyle;rounded=0;sketch=1;hachureGap=4;jiggle=2;curveFitting=1;orthogonalLoop=1;jettySize=auto;html=1;entryX=0;entryY=0.5;entryDx=0;entryDy=0;fontFamily=Architects Daughter;fontSource=https%3A%2F%2Ffonts.googleapis.com%2Fcss%3Ffamily%3DArchitects%2BDaughter;labelBackgroundColor=none;strokeColor=#E07A5F;fontColor=default;" target="Ko_gAtAqzbOHRBZizgYn-4">
+           <mxGeometry relative="1" as="geometry">
+             <Array as="points">
+               <mxPoint x="102" y="440" />
+               <mxPoint x="-748" y="440" />
+               <mxPoint x="-748" y="50" />
+             </Array>
+             <mxPoint x="102" y="374" as="sourcePoint" />
+             <mxPoint x="-688" y="50" as="targetPoint" />
+           </mxGeometry>
+         </mxCell>
+         <mxCell id="Ko_gAtAqzbOHRBZizgYn-59" edge="1" parent="Ko_gAtAqzbOHRBZizgYn-24" source="Ko_gAtAqzbOHRBZizgYn-28" style="edgeStyle=orthogonalEdgeStyle;rounded=0;sketch=1;hachureGap=4;jiggle=2;curveFitting=1;orthogonalLoop=1;jettySize=auto;html=1;entryX=0;entryY=0.5;entryDx=0;entryDy=0;fontFamily=Architects Daughter;fontSource=https%3A%2F%2Ffonts.googleapis.com%2Fcss%3Ffamily%3DArchitects%2BDaughter;labelBackgroundColor=none;strokeColor=#E07A5F;fontColor=default;" target="Ko_gAtAqzbOHRBZizgYn-51">
          <mxGeometry relative="1" as="geometry" />
        </mxCell>
-         <mxCell id="Ko_gAtAqzbOHRBZizgYn-48" edge="1" parent="1" source="Ko_gAtAqzbOHRBZizgYn-12" style="edgeStyle=orthogonalEdgeStyle;rounded=0;sketch=1;hachureGap=4;jiggle=2;curveFitting=1;orthogonalLoop=1;jettySize=auto;html=1;entryX=0;entryY=0.5;entryDx=0;entryDy=0;fontFamily=Architects Daughter;fontSource=https%3A%2F%2Ffonts.googleapis.com%2Fcss%3Ffamily%3DArchitects%2BDaughter;" target="Ko_gAtAqzbOHRBZizgYn-47">
+         <mxCell id="Ko_gAtAqzbOHRBZizgYn-39" edge="1" parent="1" source="Ko_gAtAqzbOHRBZizgYn-4" style="edgeStyle=orthogonalEdgeStyle;rounded=0;sketch=1;hachureGap=4;jiggle=2;curveFitting=1;orthogonalLoop=1;jettySize=auto;html=1;exitX=0.5;exitY=1;exitDx=0;exitDy=0;entryX=0.5;entryY=0;entryDx=0;entryDy=0;fontFamily=Architects Daughter;fontSource=https%3A%2F%2Ffonts.googleapis.com%2Fcss%3Ffamily%3DArchitects%2BDaughter;labelBackgroundColor=none;strokeColor=#E07A5F;fontColor=default;" target="Ko_gAtAqzbOHRBZizgYn-5">
          <mxGeometry relative="1" as="geometry" />
        </mxCell>
-         <mxCell id="Ko_gAtAqzbOHRBZizgYn-54" edge="1" parent="1" source="Ko_gAtAqzbOHRBZizgYn-52" style="edgeStyle=orthogonalEdgeStyle;rounded=0;sketch=1;hachureGap=4;jiggle=2;curveFitting=1;orthogonalLoop=1;jettySize=auto;html=1;fontFamily=Architects Daughter;fontSource=https%3A%2F%2Ffonts.googleapis.com%2Fcss%3Ffamily%3DArchitects%2BDaughter;" target="Ko_gAtAqzbOHRBZizgYn-28">
-           <mxGeometry relative="1" as="geometry" />
-         </mxCell>
-         <mxCell id="Ko_gAtAqzbOHRBZizgYn-52" parent="1" style="whiteSpace=wrap;html=1;sketch=1;hachureGap=4;jiggle=2;curveFitting=1;fontFamily=Architects Daughter;fontSource=https%3A%2F%2Ffonts.googleapis.com%2Fcss%3Ffamily%3DArchitects%2BDaughter;" value="Ventrikel &quot;entspannen&quot; sich" vertex="1">
-           <mxGeometry height="60" width="120" x="610" y="310" as="geometry" />
-         </mxCell>
-         <mxCell id="Ko_gAtAqzbOHRBZizgYn-53" edge="1" parent="1" source="Ko_gAtAqzbOHRBZizgYn-34" style="edgeStyle=orthogonalEdgeStyle;rounded=0;sketch=1;hachureGap=4;jiggle=2;curveFitting=1;orthogonalLoop=1;jettySize=auto;html=1;fontFamily=Architects Daughter;fontSource=https%3A%2F%2Ffonts.googleapis.com%2Fcss%3Ffamily%3DArchitects%2BDaughter;" target="Ko_gAtAqzbOHRBZizgYn-52">
-           <mxGeometry relative="1" as="geometry" />
+         <mxCell id="Ko_gAtAqzbOHRBZizgYn-48" edge="1" parent="1" source="Ko_gAtAqzbOHRBZizgYn-12" style="edgeStyle=orthogonalEdgeStyle;rounded=0;sketch=1;hachureGap=4;jiggle=2;curveFitting=1;orthogonalLoop=1;jettySize=auto;html=1;entryX=0;entryY=0.5;entryDx=0;entryDy=0;fontFamily=Architects Daughter;fontSource=https%3A%2F%2Ffonts.googleapis.com%2Fcss%3Ffamily%3DArchitects%2BDaughter;labelBackgroundColor=none;strokeColor=#E07A5F;fontColor=default;" target="Ko_gAtAqzbOHRBZizgYn-47">
+           <mxGeometry relative="1" as="geometry">
+             <Array as="points">
+               <mxPoint x="523" y="420" />
+               <mxPoint x="523" y="150" />
+             </Array>
+           </mxGeometry>
        </mxCell>
      </root>
    </mxGraphModel>
  </diagram>
</mxfile>
